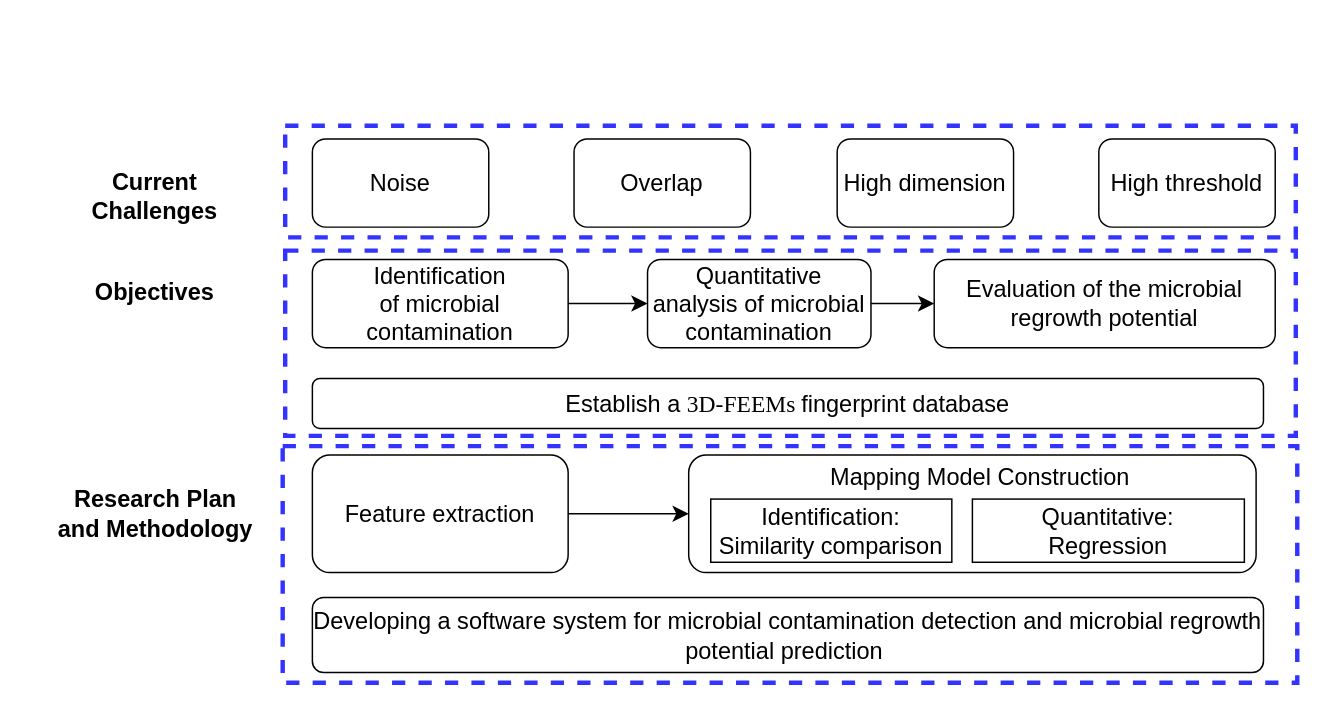
Before: hb_new.drawio in chbambooshoot/digram, a draw.io diagram. Source tidied: cells renumbered, new cells numbered last; positions are measured from the earlier drawing's top-left corner, leaving out a move shared by most shapes. Both pictures are drawn from the tidied source at 147%, with x=0, y=0 at pixel (25, 125).
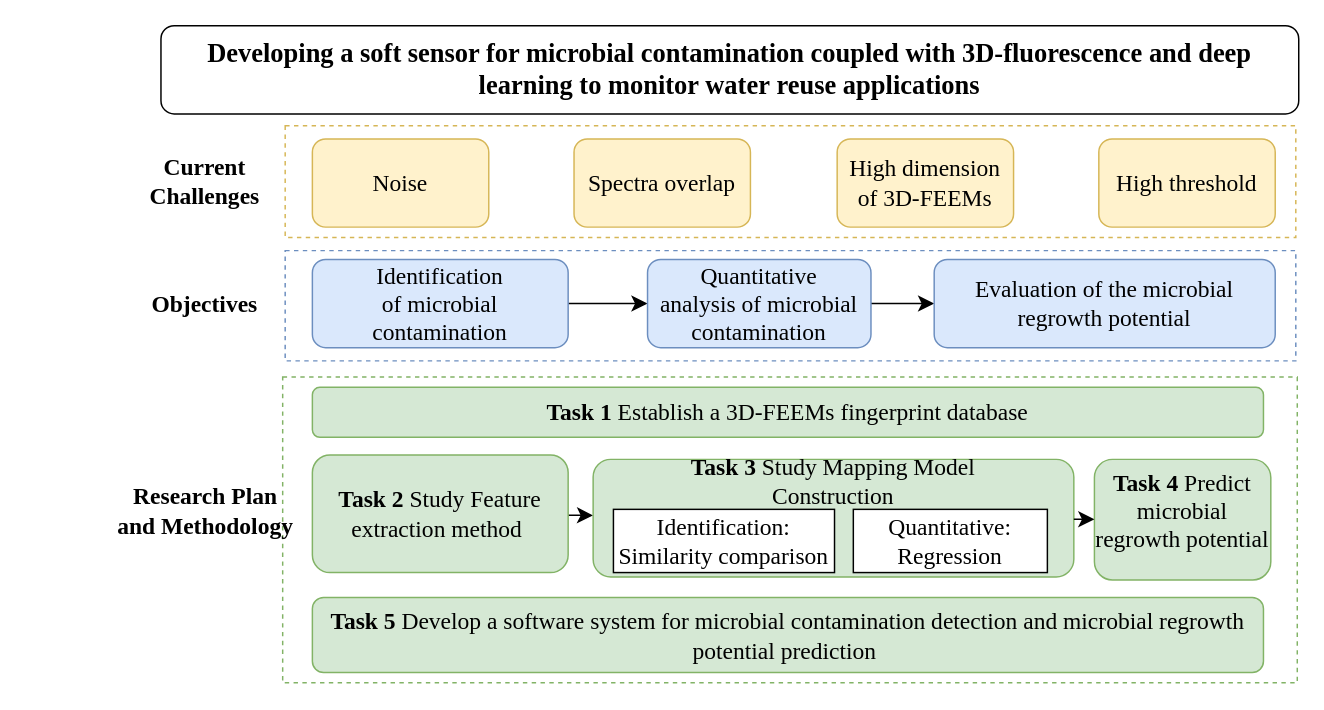
The same page after the edit.

Change to the diagram source:
```diff
@@
-    <mxCell id="2" style="rounded=0;whiteSpace=wrap;html=1;fontSize=16;fillStyle=zigzag-line;fillColor=none;dashed=1;strokeColor=#3333FF;strokeWidth=3;" parent="1" vertex="1">
+    <mxCell id="2" style="rounded=0;whiteSpace=wrap;html=1;fontSize=16;fillStyle=zigzag-line;fillColor=none;dashed=1;strokeColor=#D6B656;strokeWidth=1;" parent="1" vertex="1">
       <mxGeometry x="176.5" width="687.5" height="76" as="geometry" />
     </mxCell>
+    <mxCell id="23" style="rounded=0;whiteSpace=wrap;html=1;fontSize=16;fillStyle=zigzag-line;fillColor=none;dashed=1;strokeColor=#6C8EBF;strokeWidth=1;fontFamily=Times New Roman;" parent="1" vertex="1">
+      <mxGeometry x="176.5" y="85" width="687.5" height="75" as="geometry" />
+    </mxCell>
+    <mxCell id="24" style="rounded=0;whiteSpace=wrap;html=1;fontSize=16;fillStyle=zigzag-line;fillColor=none;dashed=1;strokeColor=#82B366;strokeWidth=1;fontFamily=Times New Roman;" parent="1" vertex="1">
+      <mxGeometry x="174.8" y="171" width="690.2" height="208" as="geometry" />
+    </mxCell>
-    <mxCell id="3" value="Noise" style="rounded=1;whiteSpace=wrap;html=1;fontSize=16;" parent="1" vertex="1">
+    <mxCell id="3" value="Noise" style="rounded=1;whiteSpace=wrap;html=1;fontSize=16;fillColor=#fff2cc;strokeColor=#d6b656;fontFamily=Times New Roman;" parent="1" vertex="1">
       <mxGeometry x="195" y="9" width="120" height="60" as="geometry" />
     </mxCell>
-    <mxCell id="4" value="Current&lt;br&gt;Challenges" style="text;html=1;strokeColor=none;fillColor=none;align=center;verticalAlign=middle;whiteSpace=wrap;rounded=0;fontSize=16;fontStyle=1;" parent="1" vertex="1">
-      <mxGeometry x="58" y="33" width="60" height="30" as="geometry" />
+    <mxCell id="4" value="Current&lt;br&gt;Challenges" style="text;html=1;strokeColor=none;fillColor=none;align=center;verticalAlign=middle;whiteSpace=wrap;rounded=0;fontSize=16;fontStyle=1;fontFamily=Times New Roman;" parent="1" vertex="1">
+      <mxGeometry x="92" y="23" width="60" height="30" as="geometry" />
     </mxCell>
-    <mxCell id="5" value="Objectives" style="text;html=1;strokeColor=none;fillColor=none;align=center;verticalAlign=middle;whiteSpace=wrap;rounded=0;fontSize=16;fontStyle=1;" parent="1" vertex="1">
-      <mxGeometry x="58" y="98" width="60" height="30" as="geometry" />
+    <mxCell id="5" value="Objectives" style="text;html=1;strokeColor=none;fillColor=none;align=center;verticalAlign=middle;whiteSpace=wrap;rounded=0;fontSize=16;fontStyle=1;fontFamily=Times New Roman;" parent="1" vertex="1">
+      <mxGeometry x="92" y="106" width="60" height="30" as="geometry" />
     </mxCell>
-    <mxCell id="6" value="Research&amp;nbsp;Plan &lt;br&gt;and Methodology" style="text;html=1;strokeColor=none;fillColor=none;align=center;verticalAlign=middle;whiteSpace=wrap;rounded=0;fontSize=16;fontStyle=1;" parent="1" vertex="1">
-      <mxGeometry x="-0.5" y="249" width="177" height="30" as="geometry" />
+    <mxCell id="6" value="Research&amp;nbsp;Plan &lt;br&gt;and Methodology" style="text;html=1;strokeColor=none;fillColor=none;align=center;verticalAlign=middle;whiteSpace=wrap;rounded=0;fontSize=16;fontStyle=1;fontFamily=Times New Roman;" parent="1" vertex="1">
+      <mxGeometry x="33.5" y="247" width="177" height="30" as="geometry" />
     </mxCell>
-    <mxCell id="7" value="Overlap" style="rounded=1;whiteSpace=wrap;html=1;fontSize=16;" parent="1" vertex="1">
+    <mxCell id="7" value="Spectra overlap" style="rounded=1;whiteSpace=wrap;html=1;fontSize=16;fillColor=#fff2cc;strokeColor=#d6b656;fontFamily=Times New Roman;" parent="1" vertex="1">
       <mxGeometry x="373" y="9" width="120" height="60" as="geometry" />
     </mxCell>
-    <mxCell id="8" value="High dimension" style="rounded=1;whiteSpace=wrap;html=1;fontSize=16;" parent="1" vertex="1">
+    <mxCell id="8" value="High dimension of 3D-FEEMs" style="rounded=1;whiteSpace=wrap;html=1;fontSize=16;fillColor=#fff2cc;strokeColor=#d6b656;fontFamily=Times New Roman;" parent="1" vertex="1">
       <mxGeometry x="552" y="9" width="120" height="60" as="geometry" />
     </mxCell>
-    <mxCell id="9" value="High threshold" style="rounded=1;whiteSpace=wrap;html=1;fontSize=16;" parent="1" vertex="1">
+    <mxCell id="9" value="High threshold" style="rounded=1;whiteSpace=wrap;html=1;fontSize=16;fillColor=#fff2cc;strokeColor=#d6b656;fontFamily=Times New Roman;" parent="1" vertex="1">
       <mxGeometry x="730" y="9" width="120" height="60" as="geometry" />
     </mxCell>
-    <mxCell id="10" style="edgeStyle=none;curved=1;rounded=0;jettySize=auto;html=1;fontSize=12;startSize=8;endSize=8;" parent="1" edge="1" source="11" target="13">
+    <mxCell id="10" style="edgeStyle=none;curved=1;rounded=0;jettySize=auto;html=1;fontSize=12;startSize=8;endSize=8;fontFamily=Times New Roman;" parent="1" edge="1" source="11" target="13">
       <mxGeometry relative="1" as="geometry" />
     </mxCell>
-    <mxCell id="11" value="Identification&lt;br/&gt;of microbial contamination" style="rounded=1;whiteSpace=wrap;html=1;fontSize=16;" parent="1" vertex="1">
+    <mxCell id="11" value="Identification&lt;br&gt;of microbial contamination" style="rounded=1;whiteSpace=wrap;html=1;fontSize=16;fillColor=#dae8fc;strokeColor=#6c8ebf;fontFamily=Times New Roman;" parent="1" vertex="1">
       <mxGeometry x="195" y="91" width="174" height="60" as="geometry" />
     </mxCell>
-    <mxCell id="12" style="edgeStyle=none;curved=1;rounded=0;jettySize=auto;html=1;fontSize=12;startSize=8;endSize=8;" parent="1" edge="1" source="13" target="14">
+    <mxCell id="12" style="edgeStyle=none;curved=1;rounded=0;jettySize=auto;html=1;fontSize=12;startSize=8;endSize=8;fontFamily=Times New Roman;" parent="1" edge="1" source="13" target="14">
       <mxGeometry relative="1" as="geometry" />
     </mxCell>
-    <mxCell id="13" value="Quantitative&lt;br/&gt;analysis of microbial contamination" style="whiteSpace=wrap;html=1;fontSize=16;rounded=1;" parent="1" vertex="1">
+    <mxCell id="13" value="Quantitative&lt;br&gt;analysis of microbial contamination" style="whiteSpace=wrap;html=1;fontSize=16;rounded=1;fillColor=#dae8fc;strokeColor=#6c8ebf;fontFamily=Times New Roman;" parent="1" vertex="1">
       <mxGeometry x="423" y="91" width="152" height="60" as="geometry" />
     </mxCell>
-    <mxCell id="14" value="Evaluation&amp;nbsp;of the microbial regrowth potential" style="whiteSpace=wrap;html=1;fontSize=16;rounded=1;" parent="1" vertex="1">
+    <mxCell id="14" value="Evaluation&amp;nbsp;of the microbial regrowth potential" style="whiteSpace=wrap;html=1;fontSize=16;rounded=1;fillColor=#dae8fc;strokeColor=#6c8ebf;fontFamily=Times New Roman;" parent="1" vertex="1">
       <mxGeometry x="618" y="91" width="232" height="60" as="geometry" />
     </mxCell>
-    <mxCell id="15" value="Establish&amp;nbsp;a &lt;span style=&quot;font-size:12.0pt;font-family:&amp;quot;Times New Roman&amp;quot;,serif;&lt;br/&gt;mso-fareast-font-family:等线;mso-fareast-theme-font:minor-fareast;mso-font-kerning:&lt;br/&gt;1.0pt;mso-ansi-language:EN-US;mso-fareast-language:ZH-TW;mso-bidi-language:&lt;br/&gt;AR-SA&quot; lang=&quot;EN-US&quot;&gt;3D-FEEMs &lt;/span&gt;&lt;span style=&quot;font-size:12.0pt;font-family:&lt;br/&gt;&amp;quot;Times New Roman&amp;quot;,serif;mso-fareast-font-family:PMingLiU;mso-font-kerning:1.0pt;&lt;br/&gt;mso-ansi-language:EN-US;mso-fareast-language:ZH-TW;mso-bidi-language:AR-SA&quot; lang=&quot;EN-US&quot;&gt;fingerprint database&lt;/span&gt;" style="rounded=1;whiteSpace=wrap;html=1;fontSize=16;" parent="1" vertex="1">
-      <mxGeometry x="195" y="172" width="647" height="34" as="geometry" />
+    <mxCell id="15" value="&lt;b&gt;Task 1 &lt;/b&gt;Establish&amp;nbsp;a &lt;span style=&quot;font-size: 12pt;&quot; lang=&quot;EN-US&quot;&gt;3D-FEEMs &lt;/span&gt;&lt;span style=&quot;font-size:12.0pt;font-family:&lt;br/&gt;&amp;quot;Times New Roman&amp;quot;,serif;mso-fareast-font-family:PMingLiU;mso-font-kerning:1.0pt;&lt;br/&gt;mso-ansi-language:EN-US;mso-fareast-language:ZH-TW;mso-bidi-language:AR-SA&quot; lang=&quot;EN-US&quot;&gt;fingerprint database&lt;/span&gt;" style="rounded=1;whiteSpace=wrap;html=1;fontSize=16;fillColor=#d5e8d4;strokeColor=#82b366;fontFamily=Times New Roman;" parent="1" vertex="1">
+      <mxGeometry x="195" y="178" width="647" height="34" as="geometry" />
     </mxCell>
-    <mxCell id="16" style="edgeStyle=none;curved=1;rounded=0;jettySize=auto;html=1;fontSize=12;startSize=8;endSize=8;" parent="1" edge="1" source="17" target="18">
+    <mxCell id="16" style="edgeStyle=none;curved=1;rounded=0;jettySize=auto;html=1;fontSize=12;startSize=8;endSize=8;fontFamily=Times New Roman;" parent="1" edge="1" source="17" target="18">
       <mxGeometry relative="1" as="geometry" />
     </mxCell>
-    <mxCell id="17" value="Feature extraction" style="rounded=1;whiteSpace=wrap;html=1;fontSize=16;verticalAlign=middle;" parent="1" vertex="1">
+    <mxCell id="17" value="&lt;b style=&quot;border-color: var(--border-color);&quot;&gt;Task 2 &lt;/b&gt;&lt;span style=&quot;border-color: var(--border-color);&quot;&gt;Study&amp;nbsp;&lt;/span&gt;Feature extraction method&amp;nbsp;" style="rounded=1;whiteSpace=wrap;html=1;fontSize=16;verticalAlign=middle;fillColor=#d5e8d4;strokeColor=#82b366;fontFamily=Times New Roman;" parent="1" vertex="1">
       <mxGeometry x="195" y="224" width="174" height="80" as="geometry" />
     </mxCell>
+    <mxCell id="22" value="&lt;b&gt;Task 5 &lt;/b&gt;Develop a software system for microbial contamination detection and microbial&amp;nbsp;regrowth potential prediction&amp;nbsp;" style="rounded=1;whiteSpace=wrap;html=1;fontSize=16;fillColor=#d5e8d4;strokeColor=#82b366;fontFamily=Times New Roman;" parent="1" vertex="1">
+      <mxGeometry x="195" y="321" width="647" height="51" as="geometry" />
+    </mxCell>
+    <mxCell id="25" value="&lt;font style=&quot;font-size: 18px;&quot; face=&quot;Times New Roman&quot;&gt;&lt;a style=&quot;border-color: var(--border-color); text-align: left;&quot; name=&quot;OLE_LINK8&quot;&gt;&lt;b style=&quot;border-color: var(--border-color);&quot;&gt;Developing a soft&amp;nbsp;sensor for microbial contamination coupled with 3D-fluorescence and&amp;nbsp;&lt;/b&gt;&lt;/a&gt;&lt;a style=&quot;border-color: var(--border-color); text-align: left;&quot; name=&quot;OLE_LINK13&quot;&gt;&lt;b style=&quot;border-color: var(--border-color);&quot;&gt;deep learning&lt;/b&gt;&lt;/a&gt;&lt;span style=&quot;border-color: var(--border-color); text-align: left;&quot;&gt;&lt;b style=&quot;border-color: var(--border-color);&quot;&gt;&lt;span style=&quot;border-color: var(--border-color);&quot; lang=&quot;EN-US&quot;&gt;&amp;nbsp;&lt;/span&gt;&lt;/b&gt;&lt;/span&gt;&lt;b style=&quot;border-color: var(--border-color); text-align: left;&quot;&gt;&lt;span style=&quot;border-color: var(--border-color);&quot; lang=&quot;EN-US&quot;&gt;to monitor water&amp;nbsp;reuse applications&lt;/span&gt;&lt;/b&gt;&lt;/font&gt;" style="rounded=1;whiteSpace=wrap;html=1;fontSize=16;" parent="1" vertex="1">
+      <mxGeometry x="92" y="-68" width="774" height="60" as="geometry" />
+    </mxCell>
+    <mxCell id="26" style="group;" parent="1" vertex="1">
+      <mxGeometry x="386" y="227" width="354" height="80" as="geometry" />
+    </mxCell>
-    <mxCell id="18" style="whiteSpace=wrap;html=1;fontSize=16;rounded=1;verticalAlign=top;" parent="1" vertex="1">
-      <mxGeometry x="451" y="224" width="386" height="80" as="geometry" />
+    <mxCell id="18" style="whiteSpace=wrap;html=1;fontSize=16;rounded=1;verticalAlign=top;fillColor=#d5e8d4;strokeColor=#82b366;fontFamily=Times New Roman;" parent="26" vertex="1">
+      <mxGeometry width="327" height="80" as="geometry" />
     </mxCell>
-    <mxCell id="19" value="Mapping Model Construction" style="text;html=1;strokeColor=none;fillColor=none;align=center;verticalAlign=middle;whiteSpace=wrap;rounded=0;fontSize=16;" parent="1" vertex="1">
-      <mxGeometry x="518" y="224" width="263" height="30" as="geometry" />
+    <mxCell id="19" value="&lt;b style=&quot;border-color: var(--border-color);&quot;&gt;Task 3&amp;nbsp;&lt;/b&gt;&lt;span style=&quot;border-color: var(--border-color);&quot;&gt;Study&amp;nbsp;&lt;/span&gt;Mapping Model Construction" style="text;html=1;strokeColor=none;fillColor=none;align=center;verticalAlign=middle;whiteSpace=wrap;rounded=0;fontSize=16;fontFamily=Times New Roman;" parent="26" vertex="1">
+      <mxGeometry x="42.9" width="241.2" height="30" as="geometry" />
     </mxCell>
-    <mxCell id="20" value="Identification: Similarity&amp;nbsp;comparison" style="rounded=0;whiteSpace=wrap;html=1;fontSize=16;" parent="1" vertex="1">
-      <mxGeometry x="466" y="254" width="164" height="43" as="geometry" />
+    <mxCell id="20" value="Identification: Similarity&amp;nbsp;comparison" style="rounded=0;whiteSpace=wrap;html=1;fontSize=16;fontFamily=Times New Roman;" parent="26" vertex="1">
+      <mxGeometry x="13.8" y="34" width="150.4" height="43" as="geometry" />
     </mxCell>
-    <mxCell id="21" value="Quantitative: &lt;br&gt;Regression" style="rounded=0;whiteSpace=wrap;html=1;fontSize=16;" parent="1" vertex="1">
-      <mxGeometry x="644" y="254" width="185" height="43" as="geometry" />
+    <mxCell id="21" value="Quantitative: &lt;br&gt;Regression" style="rounded=0;whiteSpace=wrap;html=1;fontSize=16;fontFamily=Times New Roman;" parent="26" vertex="1">
+      <mxGeometry x="177" y="34" width="132" height="43" as="geometry" />
     </mxCell>
-    <mxCell id="22" value="Developing a software system for microbial contamination detection and microbial&amp;nbsp;regrowth potential prediction&amp;nbsp;" style="rounded=1;whiteSpace=wrap;html=1;fontSize=16;" parent="1" vertex="1">
-      <mxGeometry x="195" y="321" width="647" height="51" as="geometry" />
-    </mxCell>
-    <mxCell id="23" style="rounded=0;whiteSpace=wrap;html=1;fontSize=16;fillStyle=zigzag-line;fillColor=none;dashed=1;strokeColor=#3333FF;strokeWidth=3;" parent="1" vertex="1">
-      <mxGeometry x="176.5" y="85" width="687.5" height="126" as="geometry" />
-    </mxCell>
-    <mxCell id="24" style="rounded=0;whiteSpace=wrap;html=1;fontSize=16;fillStyle=zigzag-line;fillColor=none;dashed=1;strokeColor=#3333FF;strokeWidth=3;" parent="1" vertex="1">
-      <mxGeometry x="174.8" y="218" width="690.2" height="161" as="geometry" />
-    </mxCell>
+    <mxCell id="27" value="&lt;b&gt;Task 4&amp;nbsp;&lt;/b&gt;Predict&lt;br/&gt;microbial regrowth potential" style="whiteSpace=wrap;html=1;fontSize=16;fontFamily=Times New Roman;verticalAlign=top;fillColor=#d5e8d4;strokeColor=#82b366;rounded=1;" parent="1" vertex="1">
+      <mxGeometry x="727" y="227" width="120" height="82" as="geometry" />
+    </mxCell>
+    <mxCell id="28" style="edgeStyle=none;curved=1;rounded=0;jettySize=auto;html=1;fontSize=12;startSize=8;endSize=8;" parent="1" edge="1" source="18" target="27">
+      <mxGeometry relative="1" as="geometry" />
+    </mxCell>
```
